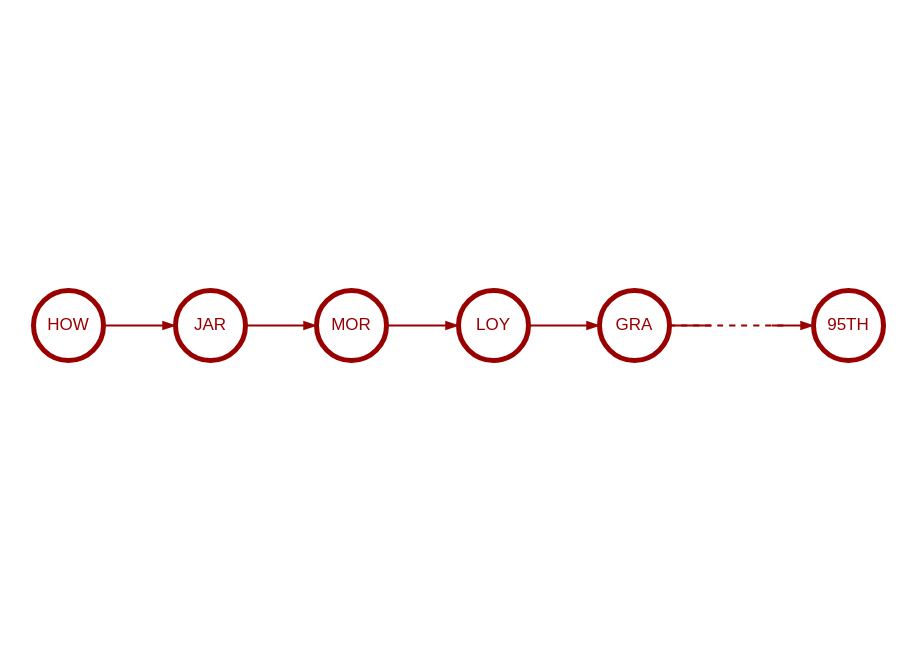
This is data_structures/red_line_sb.drawio from lgreco/images, a draw.io file, before an edit. Source tidied: cells renumbered, new cells numbered last; positions are measured from the earlier drawing's top-left corner, leaving out a move shared by most shapes. Both pictures are drawn from the tidied source at 100%, with x=0, y=0 at pixel (33, 290).
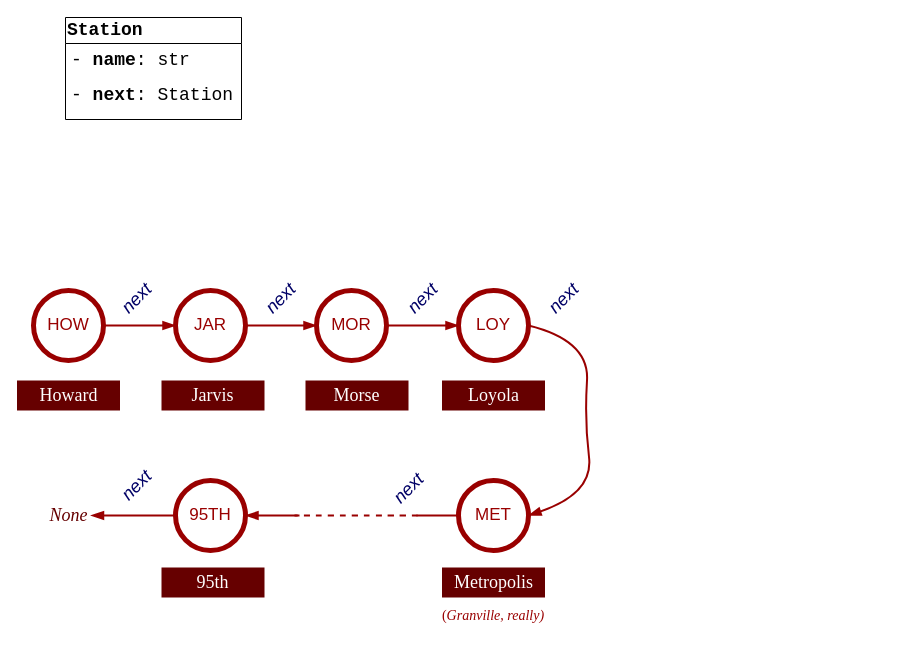
The same page after the edit.

Unchanged cells that the change refers to:
```xml
<mxCell id="5" value="LOY" style="ellipse;whiteSpace=wrap;html=1;strokeColor=#990000;fontColor=#990000;fontSize=17;strokeWidth=5;" parent="1" vertex="1">
  <mxGeometry x="425" width="70" height="70" as="geometry" />
</mxCell>
```

Change to the diagram source:
```diff
@@
-    <mxCell id="6" value="GRA" style="ellipse;whiteSpace=wrap;html=1;strokeColor=#990000;fontColor=#990000;fontSize=17;strokeWidth=5;" parent="1" vertex="1">
-      <mxGeometry x="566" width="70" height="70" as="geometry" />
+    <mxCell id="6" value="MET" style="ellipse;whiteSpace=wrap;html=1;strokeColor=#990000;fontColor=#990000;fontSize=17;strokeWidth=5;" parent="1" vertex="1">
+      <mxGeometry x="425" y="190" width="70" height="70" as="geometry" />
     </mxCell>
@@
-    <mxCell id="10" style="endArrow=blockThin;html=1;rounded=0;fontSize=12;startSize=8;endSize=8;curved=1;exitX=1;exitY=0.5;exitDx=0;exitDy=0;entryX=0;entryY=0.5;entryDx=0;entryDy=0;endFill=1;strokeWidth=2;strokeColor=#990000;" parent="1" edge="1" source="5" target="6">
-      <mxGeometry relative="1" as="geometry" />
+    <mxCell id="10" style="endArrow=blockThin;html=1;rounded=0;fontSize=12;startSize=8;endSize=8;curved=1;exitX=1;exitY=0.5;exitDx=0;exitDy=0;entryX=1;entryY=0.5;entryDx=0;entryDy=0;endFill=1;strokeWidth=2;strokeColor=#990000;" parent="1" edge="1" source="5" target="6">
+      <mxGeometry relative="1" as="geometry">
+        <Array as="points">
+          <mxPoint x="556" y="50" />
+          <mxPoint x="551" y="130" />
+          <mxPoint x="560" y="203" />
+        </Array>
+      </mxGeometry>
     </mxCell>
     <mxCell id="11" value="95TH" style="ellipse;whiteSpace=wrap;html=1;strokeColor=#990000;fontColor=#990000;fontSize=17;strokeWidth=5;" parent="1" vertex="1">
-      <mxGeometry x="780" width="70" height="70" as="geometry" />
+      <mxGeometry x="142" y="190" width="70" height="70" as="geometry" />
     </mxCell>
-    <mxCell id="12" style="endArrow=blockThin;html=1;rounded=0;fontSize=12;startSize=8;endSize=8;curved=1;entryX=0;entryY=0.5;entryDx=0;entryDy=0;endFill=1;strokeWidth=2;strokeColor=#990000;" parent="1" edge="1" target="11">
+    <mxCell id="12" style="endArrow=blockThin;html=1;rounded=0;fontSize=12;startSize=8;endSize=8;curved=1;entryX=1;entryY=0.5;entryDx=0;entryDy=0;endFill=1;strokeWidth=2;strokeColor=#990000;" parent="1" edge="1" target="11">
       <mxGeometry relative="1" as="geometry">
-        <mxPoint x="738" y="35" as="sourcePoint" />
+        <mxPoint x="266" y="225" as="sourcePoint" />
       </mxGeometry>
     </mxCell>
-    <mxCell id="13" style="endArrow=none;html=1;rounded=0;fontSize=12;startSize=8;endSize=8;curved=1;exitX=1;exitY=0.5;exitDx=0;exitDy=0;endFill=0;strokeWidth=2;strokeColor=#990000;dashed=1;" parent="1" edge="1" source="6">
+    <mxCell id="13" style="endArrow=none;html=1;rounded=0;fontSize=12;startSize=8;endSize=8;curved=1;endFill=0;strokeWidth=2;strokeColor=#990000;dashed=1;" parent="1" edge="1">
       <mxGeometry relative="1" as="geometry">
-        <mxPoint x="752" y="35" as="targetPoint" />
+        <mxPoint x="384" y="225" as="sourcePoint" />
+        <mxPoint x="261" y="225" as="targetPoint" />
       </mxGeometry>
     </mxCell>
-    <mxCell id="14" style="endArrow=none;html=1;rounded=0;fontSize=12;startSize=8;endSize=8;curved=1;exitX=1;exitY=0.5;exitDx=0;exitDy=0;endFill=0;strokeWidth=2;strokeColor=#990000;" parent="1" edge="1" source="6">
-      <mxGeometry relative="1" as="geometry">
-        <mxPoint x="678" y="35" as="targetPoint" />
-      </mxGeometry>
-    </mxCell>
+    <mxCell id="15" value="&lt;font style=&quot;font-size: 18px;&quot; face=&quot;Times New Roman&quot;&gt;Howard&lt;/font&gt;" style="text;html=1;whiteSpace=wrap;strokeColor=none;fillColor=#660000;align=center;verticalAlign=middle;rounded=0;fontColor=#FFFFFF;" parent="1" vertex="1">
+      <mxGeometry x="-16.5" y="90" width="103" height="30" as="geometry" />
+    </mxCell>
+    <mxCell id="16" value="&lt;font style=&quot;font-size: 18px;&quot; face=&quot;Times New Roman&quot;&gt;Jarvis&lt;/font&gt;" style="text;html=1;whiteSpace=wrap;strokeColor=none;fillColor=#660000;align=center;verticalAlign=middle;rounded=0;fontColor=#FFFFFF;" parent="1" vertex="1">
+      <mxGeometry x="128" y="90" width="103" height="30" as="geometry" />
+    </mxCell>
+    <mxCell id="17" value="&lt;font style=&quot;font-size: 18px;&quot; face=&quot;Times New Roman&quot;&gt;Morse&lt;/font&gt;" style="text;html=1;whiteSpace=wrap;strokeColor=none;fillColor=#660000;align=center;verticalAlign=middle;rounded=0;fontColor=#FFFFFF;" parent="1" vertex="1">
+      <mxGeometry x="272" y="90" width="103" height="30" as="geometry" />
+    </mxCell>
+    <mxCell id="18" value="&lt;font style=&quot;font-size: 18px;&quot; face=&quot;Times New Roman&quot;&gt;Loyola&lt;/font&gt;" style="text;html=1;whiteSpace=wrap;strokeColor=none;fillColor=#660000;align=center;verticalAlign=middle;rounded=0;fontColor=#FFFFFF;" parent="1" vertex="1">
+      <mxGeometry x="408.5" y="90" width="103" height="30" as="geometry" />
+    </mxCell>
+    <mxCell id="19" value="&lt;font face=&quot;Times New Roman&quot;&gt;&lt;span style=&quot;font-size: 18px;&quot;&gt;Metropolis&lt;/span&gt;&lt;/font&gt;" style="text;html=1;whiteSpace=wrap;strokeColor=none;fillColor=#660000;align=center;verticalAlign=middle;rounded=0;fontColor=#FFFFFF;" parent="1" vertex="1">
+      <mxGeometry x="408.5" y="277" width="103" height="30" as="geometry" />
+    </mxCell>
+    <mxCell id="20" value="&lt;font face=&quot;Times New Roman&quot; style=&quot;font-size: 14px;&quot;&gt;(&lt;i style=&quot;&quot;&gt;Granville, really)&lt;/i&gt;&lt;/font&gt;" style="text;html=1;whiteSpace=wrap;strokeColor=none;fillColor=none;align=center;verticalAlign=middle;rounded=0;fontColor=#990000;" parent="1" vertex="1">
+      <mxGeometry x="407" y="311" width="106" height="30" as="geometry" />
+    </mxCell>
+    <mxCell id="21" value="&lt;font face=&quot;Times New Roman&quot;&gt;&lt;span style=&quot;font-size: 18px;&quot;&gt;95th&lt;/span&gt;&lt;/font&gt;" style="text;html=1;whiteSpace=wrap;strokeColor=none;fillColor=#660000;align=center;verticalAlign=middle;rounded=0;fontColor=#FFFFFF;" parent="1" vertex="1">
+      <mxGeometry x="128" y="277" width="103" height="30" as="geometry" />
+    </mxCell>
+    <mxCell id="22" value="&lt;font face=&quot;Courier New&quot;&gt;&lt;b&gt;Station&lt;/b&gt;&lt;/font&gt;" style="swimlane;fontStyle=0;horizontal=1;startSize=26;fillColor=none;whiteSpace=wrap;html=1;fontFamily=Helvetica;fontSize=18;align=left;" parent="1" vertex="1">
+      <mxGeometry x="32" y="-273" width="176" height="102" as="geometry" />
+    </mxCell>
+    <mxCell id="23" value="- &lt;b&gt;name&lt;/b&gt;: str" style="text;strokeColor=none;fillColor=none;align=left;verticalAlign=top;spacingLeft=4;spacingRight=4;overflow=hidden;whiteSpace=wrap;html=1;fontFamily=Courier New;fontSize=18;" parent="22" vertex="1">
+      <mxGeometry y="26" width="176" height="35" as="geometry" />
+    </mxCell>
+    <mxCell id="24" value="- &lt;b&gt;next&lt;/b&gt;: Station" style="text;strokeColor=none;fillColor=none;align=left;verticalAlign=top;spacingLeft=4;spacingRight=4;overflow=hidden;whiteSpace=wrap;html=1;fontFamily=Courier New;fontSize=18;" parent="22" vertex="1">
+      <mxGeometry y="61" width="176" height="41" as="geometry" />
+    </mxCell>
+    <mxCell id="25" style="endArrow=blockThin;html=1;rounded=0;fontSize=12;startSize=8;endSize=8;curved=1;endFill=1;strokeWidth=2;strokeColor=#990000;exitX=0;exitY=0.5;exitDx=0;exitDy=0;entryX=1;entryY=0.5;entryDx=0;entryDy=0;" parent="1" edge="1" source="11" target="26">
+      <mxGeometry relative="1" as="geometry" />
+    </mxCell>
+    <mxCell id="26" value="&lt;font face=&quot;Times New Roman&quot;&gt;&lt;span&gt;&lt;i&gt;None&lt;/i&gt;&lt;/span&gt;&lt;/font&gt;" style="text;html=1;whiteSpace=wrap;strokeColor=none;fillColor=none;align=center;verticalAlign=middle;rounded=0;fontColor=#660000;fontSize=18;" parent="1" vertex="1">
+      <mxGeometry x="12.5" y="210" width="45" height="30" as="geometry" />
+    </mxCell>
+    <mxCell id="27" value="&lt;i style=&quot;&quot;&gt;&lt;font face=&quot;Helvetica&quot; style=&quot;&quot;&gt;next&lt;/font&gt;&lt;/i&gt;" style="text;html=1;whiteSpace=wrap;strokeColor=none;fillColor=none;align=center;verticalAlign=middle;rounded=0;fontColor=#000066;fontSize=18;rotation=-45;" parent="1" vertex="1">
+      <mxGeometry x="81" y="-7" width="45" height="30" as="geometry" />
+    </mxCell>
+    <mxCell id="28" value="&lt;i style=&quot;&quot;&gt;&lt;font face=&quot;Helvetica&quot; style=&quot;&quot;&gt;next&lt;/font&gt;&lt;/i&gt;" style="text;html=1;whiteSpace=wrap;strokeColor=none;fillColor=none;align=center;verticalAlign=middle;rounded=0;fontColor=#000066;fontSize=18;rotation=-45;" parent="1" vertex="1">
+      <mxGeometry x="225" y="-7" width="45" height="30" as="geometry" />
+    </mxCell>
+    <mxCell id="29" value="&lt;i style=&quot;&quot;&gt;&lt;font face=&quot;Helvetica&quot; style=&quot;&quot;&gt;next&lt;/font&gt;&lt;/i&gt;" style="text;html=1;whiteSpace=wrap;strokeColor=none;fillColor=none;align=center;verticalAlign=middle;rounded=0;fontColor=#000066;fontSize=18;rotation=-45;" parent="1" vertex="1">
+      <mxGeometry x="367" y="-7" width="45" height="30" as="geometry" />
+    </mxCell>
+    <mxCell id="30" value="&lt;i style=&quot;&quot;&gt;&lt;font face=&quot;Helvetica&quot; style=&quot;&quot;&gt;next&lt;/font&gt;&lt;/i&gt;" style="text;html=1;whiteSpace=wrap;strokeColor=none;fillColor=none;align=center;verticalAlign=middle;rounded=0;fontColor=#000066;fontSize=18;rotation=-45;" parent="1" vertex="1">
+      <mxGeometry x="508" y="-7" width="45" height="30" as="geometry" />
+    </mxCell>
+    <mxCell id="31" value="&lt;i style=&quot;&quot;&gt;&lt;font face=&quot;Helvetica&quot; style=&quot;&quot;&gt;next&lt;/font&gt;&lt;/i&gt;" style="text;html=1;whiteSpace=wrap;strokeColor=none;fillColor=none;align=center;verticalAlign=middle;rounded=0;fontColor=#000066;fontSize=18;rotation=-45;" parent="1" vertex="1">
+      <mxGeometry x="353" y="183" width="45" height="30" as="geometry" />
+    </mxCell>
+    <mxCell id="32" value="&lt;i style=&quot;&quot;&gt;&lt;font face=&quot;Helvetica&quot; style=&quot;&quot;&gt;next&lt;/font&gt;&lt;/i&gt;" style="text;html=1;whiteSpace=wrap;strokeColor=none;fillColor=none;align=center;verticalAlign=middle;rounded=0;fontColor=#000066;fontSize=18;rotation=-45;" parent="1" vertex="1">
+      <mxGeometry x="81" y="180" width="45" height="30" as="geometry" />
+    </mxCell>
+    <mxCell id="33" style="edgeStyle=none;curved=1;rounded=0;orthogonalLoop=1;jettySize=auto;html=1;exitX=0.5;exitY=1;exitDx=0;exitDy=0;fontSize=12;startSize=8;endSize=8;" parent="1" edge="1" source="11" target="11">
+      <mxGeometry relative="1" as="geometry" />
+    </mxCell>
+    <mxCell id="34" style="endArrow=none;html=1;rounded=0;fontSize=12;startSize=8;endSize=8;curved=1;endFill=0;strokeWidth=2;strokeColor=#990000;exitX=0;exitY=0.5;exitDx=0;exitDy=0;" parent="1" edge="1" source="6">
+      <mxGeometry relative="1" as="geometry">
+        <mxPoint x="383" y="225" as="targetPoint" />
+      </mxGeometry>
+    </mxCell>
```
